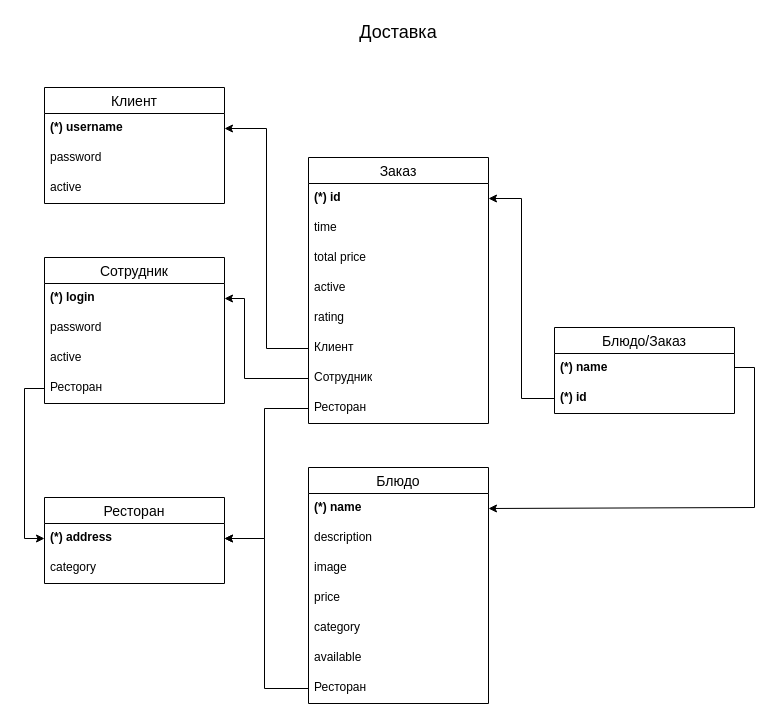
This is doc/relational.drawio from Nuikut/fastapi-react-delivery, a draw.io file, before an edit. Source tidied: cells renumbered, new cells numbered last; positions are measured from the earlier drawing's top-left corner, leaving out a move shared by most shapes. Both pictures are drawn from the tidied source at 100%, with x=0, y=0 at pixel (24, 17).
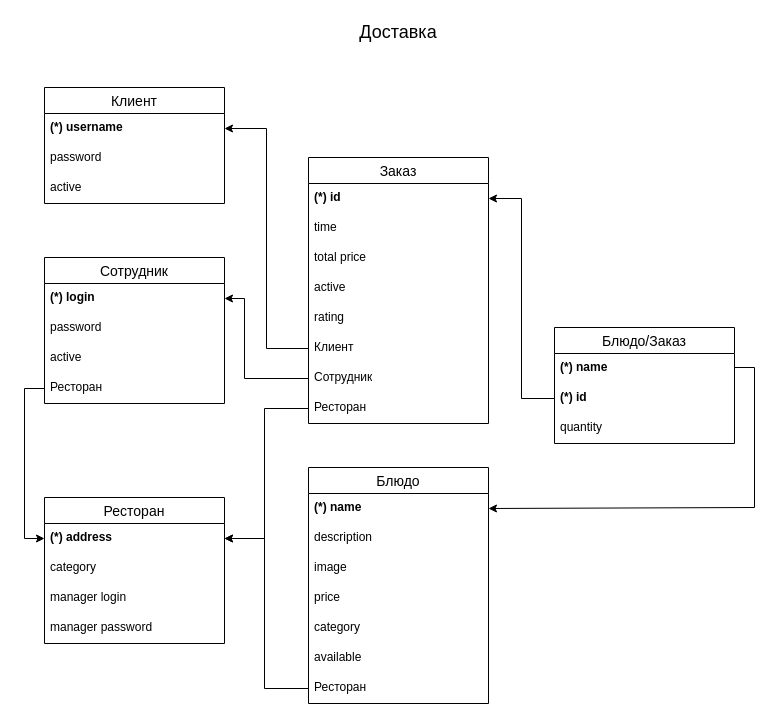
After the change.

Diff of the diagram source:
```diff
@@
     <mxCell id="15" value="Ресторан" style="swimlane;fontStyle=0;horizontal=1;startSize=26;align=center;fontSize=14;" parent="1" vertex="1">
-      <mxGeometry x="20" y="480" width="180" height="86" as="geometry" />
+      <mxGeometry x="20" y="480" width="180" height="146" as="geometry" />
     </mxCell>
@@
+    <mxCell id="42" value="manager login" style="text;strokeColor=none;fillColor=none;spacingLeft=4;spacingRight=4;overflow=hidden;fontSize=12;whiteSpace=wrap;html=1;" parent="15" vertex="1">
+      <mxGeometry y="86" width="180" height="30" as="geometry" />
+    </mxCell>
+    <mxCell id="43" value="manager password" style="text;strokeColor=none;fillColor=none;spacingLeft=4;spacingRight=4;overflow=hidden;fontSize=12;whiteSpace=wrap;html=1;" parent="15" vertex="1">
+      <mxGeometry y="116" width="180" height="30" as="geometry" />
+    </mxCell>
@@
     <mxCell id="36" value="Блюдо/Заказ" style="swimlane;fontStyle=0;horizontal=1;startSize=26;align=center;fontSize=14;" parent="1" vertex="1">
-      <mxGeometry x="530" y="310" width="180" height="86" as="geometry" />
+      <mxGeometry x="530" y="310" width="180" height="116" as="geometry" />
     </mxCell>
@@
+    <mxCell id="44" value="&lt;span style=&quot;font-weight: normal;&quot;&gt;quantity&lt;/span&gt;" style="text;strokeColor=none;fillColor=none;spacingLeft=4;spacingRight=4;overflow=hidden;fontSize=12;whiteSpace=wrap;html=1;fontStyle=1;" parent="36" vertex="1">
+      <mxGeometry y="86" width="180" height="30" as="geometry" />
+    </mxCell>
```
